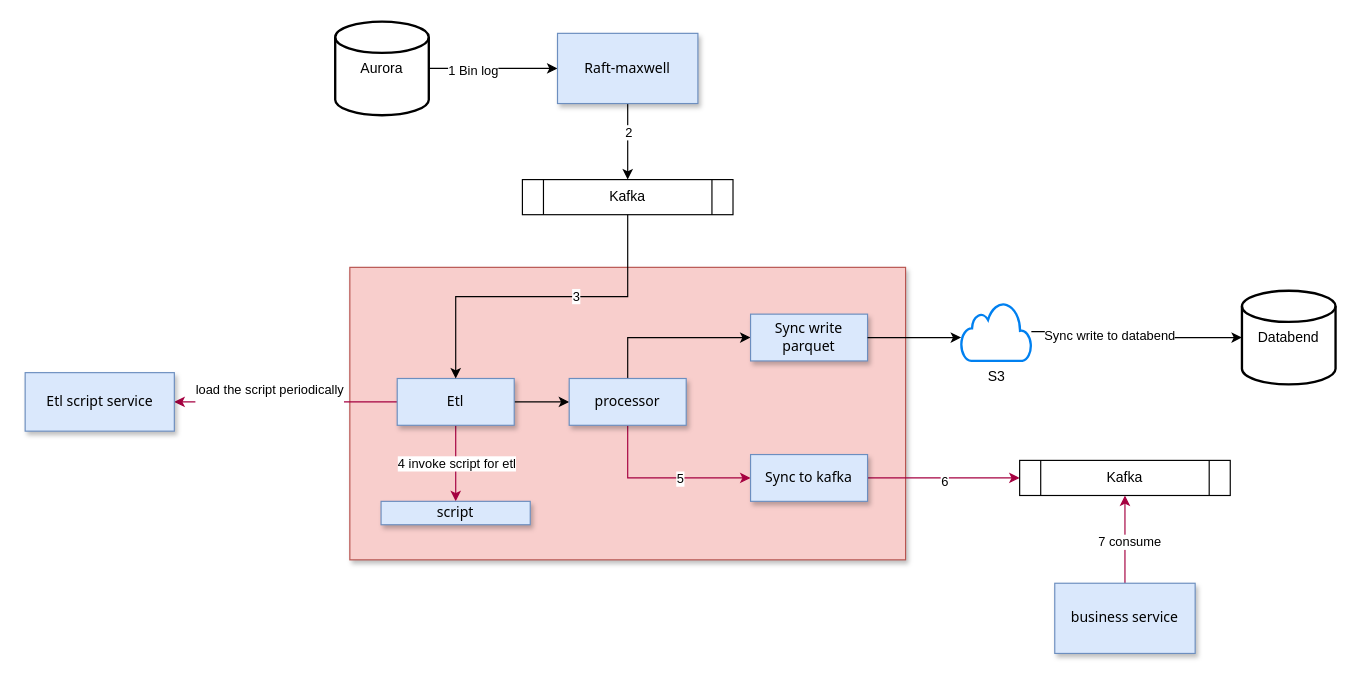
Above: doc/databend-parquet-mysql2.drawio in jackjoesh/databend (draw.io), before the change. Source tidied: cells renumbered, new cells numbered last; positions are measured from the earlier drawing's top-left corner, leaving out a move shared by most shapes. Both pictures are drawn from the tidied source at 117%, with x=0, y=0 at pixel (25, 21).
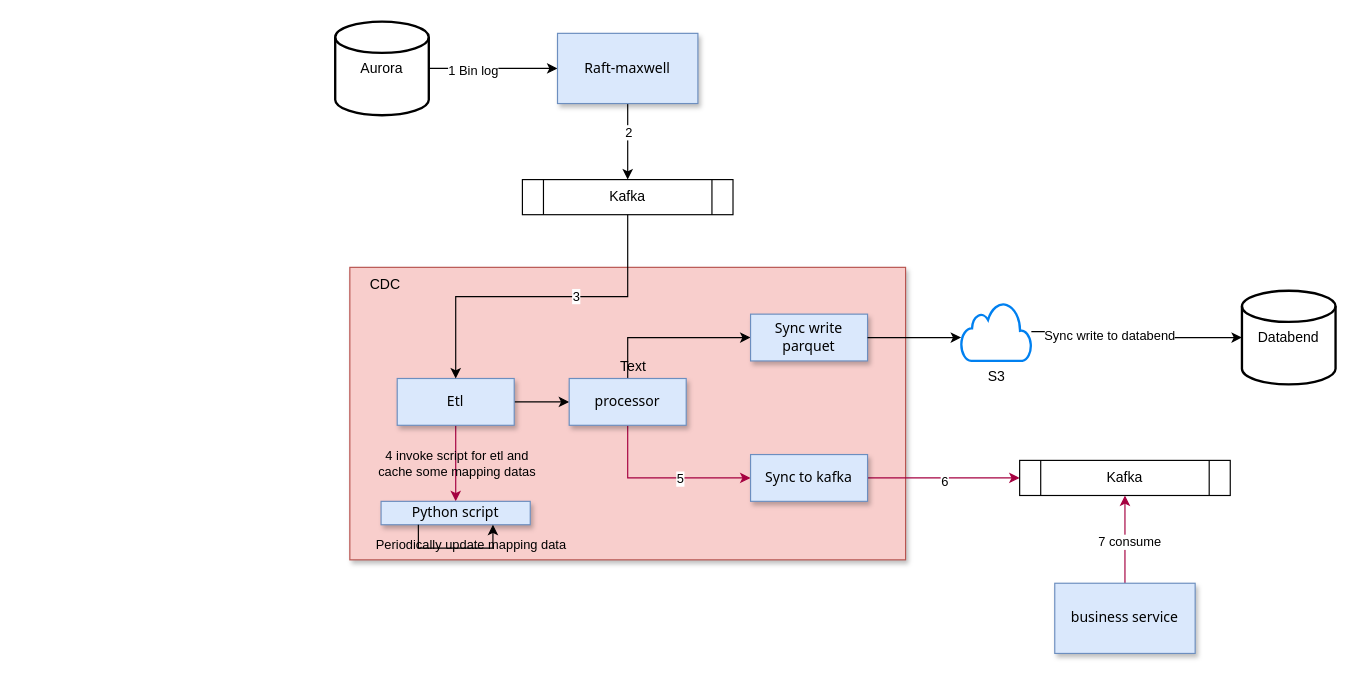
The same page after the edit.

Unchanged cells that the change refers to:
```xml
<mxCell id="17" style="edgeStyle=orthogonalEdgeStyle;rounded=0;jettySize=auto;html=1;fillColor=#d80073;strokeColor=#A50040;" parent="1" edge="1" source="19" target="33">
  <mxGeometry relative="1" as="geometry" />
</mxCell>
<mxCell id="19" value="Etl" style="rounded=0;whiteSpace=wrap;html=1;fillColor=#dae8fc;strokeColor=#6c8ebf;shadow=1;fontFamily=Tahoma;" parent="1" vertex="1">
  <mxGeometry x="318" y="305" width="100" height="40" as="geometry" />
</mxCell>
```

Change to the diagram source:
```diff
@@
-    <mxCell id="15" style="edgeStyle=orthogonalEdgeStyle;rounded=0;jettySize=auto;html=1;entryX=1;entryY=0.5;entryDx=0;entryDy=0;fillColor=#d80073;strokeColor=#A50040;" parent="1" edge="1" source="19" target="27">
-      <mxGeometry relative="1" as="geometry" />
-    </mxCell>
-    <mxCell id="16" value="&lt;div&gt;load the script periodically&lt;/div&gt;&lt;div&gt;&lt;br&gt;&lt;/div&gt;" style="edgeLabel;html=1;align=center;verticalAlign=middle;" parent="15" vertex="1">
-      <mxGeometry x="0.16" y="-4" relative="1" as="geometry" />
-    </mxCell>
@@
-    <mxCell id="18" value="4 invoke script for etl" style="edgeLabel;html=1;align=center;verticalAlign=middle;" parent="17" vertex="1">
+    <mxCell id="18" value="4 invoke script for etl and&lt;div&gt;cache some mapping datas&lt;/div&gt;" style="edgeLabel;html=1;align=center;verticalAlign=middle;labelBackgroundColor=none;" parent="17" vertex="1">
       <mxGeometry x="-0.02" relative="1" as="geometry" />
     </mxCell>
@@
-    <mxCell id="27" value="Etl script service" style="rounded=0;whiteSpace=wrap;html=1;fillColor=#dae8fc;strokeColor=#6c8ebf;shadow=1;fontFamily=Tahoma;" parent="1" vertex="1">
-      <mxGeometry y="300" width="127.5" height="50" as="geometry" />
-    </mxCell>
@@
-    <mxCell id="33" value="script" style="rounded=0;whiteSpace=wrap;html=1;fillColor=#dae8fc;strokeColor=#6c8ebf;shadow=1;fontFamily=Tahoma;" parent="1" vertex="1">
+    <mxCell id="33" value="Python script" style="rounded=0;whiteSpace=wrap;html=1;fillColor=#dae8fc;strokeColor=#6c8ebf;shadow=1;fontFamily=Tahoma;" parent="1" vertex="1">
       <mxGeometry x="304.2" y="410" width="127.5" height="20" as="geometry" />
     </mxCell>
@@
+    <mxCell id="37" style="edgeStyle=orthogonalEdgeStyle;rounded=0;orthogonalLoop=1;jettySize=auto;html=1;exitX=0.25;exitY=1;exitDx=0;exitDy=0;entryX=0.75;entryY=1;entryDx=0;entryDy=0;" parent="1" edge="1" source="33" target="33">
+      <mxGeometry relative="1" as="geometry" />
+    </mxCell>
+    <mxCell id="38" value="Periodically update mapping data" style="edgeLabel;html=1;align=center;verticalAlign=middle;labelBackgroundColor=none;" parent="37" vertex="1">
+      <mxGeometry x="-0.31" y="4" relative="1" as="geometry">
+        <mxPoint x="28" as="offset" />
+      </mxGeometry>
+    </mxCell>
+    <mxCell id="39" value="Text" style="text;strokeColor=none;align=center;fillColor=none;html=1;verticalAlign=middle;whiteSpace=wrap;rounded=0;" parent="1" vertex="1">
+      <mxGeometry x="490" y="280" width="60" height="30" as="geometry" />
+    </mxCell>
+    <mxCell id="40" value="CDC" style="text;html=1;align=center;verticalAlign=middle;whiteSpace=wrap;rounded=0;" parent="1" vertex="1">
+      <mxGeometry x="277.5" y="210" width="60" height="30" as="geometry" />
+    </mxCell>
```
